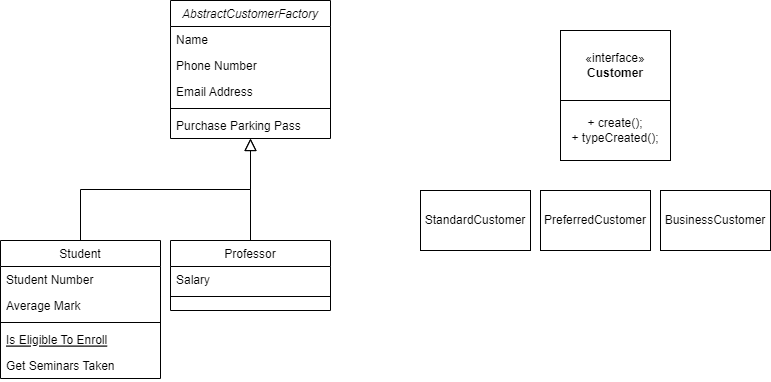
jimmyjazz31/CS665Assign3 keeps this draw.io diagram as Assign3Part3 Diagram.drawio.png. Above is the earlier version. Source tidied: cells renumbered, new cells last; positions are measured from the earlier drawing's top-left corner, leaving out a move shared by most shapes.
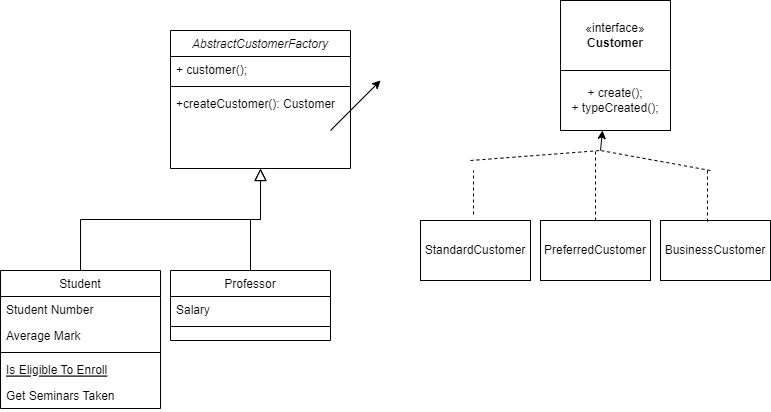
After the commit.

Diff of the diagram source:
```diff
@@ -3,22 +3,16 @@
     <mxCell id="0" />
     <mxCell id="1" parent="0" />
     <mxCell id="2" value="AbstractCustomerFactory" style="swimlane;fontStyle=2;align=center;verticalAlign=top;horizontal=1;startSize=26;rounded=0;shadow=0;strokeWidth=1;" parent="1" vertex="1">
-      <mxGeometry x="170" width="160" height="138" as="geometry" />
+      <mxGeometry x="170" width="180" height="138" as="geometry" />
     </mxCell>
-    <mxCell id="3" value="Name" style="text;align=left;verticalAlign=top;spacingLeft=4;spacingRight=4;overflow=hidden;" parent="2" vertex="1">
-      <mxGeometry y="26" width="160" height="26" as="geometry" />
+    <mxCell id="3" value="+ customer();" style="text;align=left;verticalAlign=top;spacingLeft=4;spacingRight=4;overflow=hidden;" parent="2" vertex="1">
+      <mxGeometry y="26" width="180" height="26" as="geometry" />
     </mxCell>
-    <mxCell id="4" value="Phone Number" style="text;align=left;verticalAlign=top;spacingLeft=4;spacingRight=4;overflow=hidden;rounded=0;shadow=0;html=0;" parent="2" vertex="1">
-      <mxGeometry y="52" width="160" height="26" as="geometry" />
-    </mxCell>
-    <mxCell id="5" value="Email Address" style="text;align=left;verticalAlign=top;spacingLeft=4;spacingRight=4;overflow=hidden;rounded=0;shadow=0;html=0;" parent="2" vertex="1">
-      <mxGeometry y="78" width="160" height="26" as="geometry" />
-    </mxCell>
     <mxCell id="6" style="line;html=1;strokeWidth=1;align=left;verticalAlign=middle;spacingTop=-1;spacingLeft=3;spacingRight=3;labelPosition=right;" parent="2" vertex="1">
-      <mxGeometry y="104" width="160" height="8" as="geometry" />
+      <mxGeometry y="52" width="180" height="8" as="geometry" />
     </mxCell>
-    <mxCell id="7" value="Purchase Parking Pass" style="text;align=left;verticalAlign=top;spacingLeft=4;spacingRight=4;overflow=hidden;" parent="2" vertex="1">
-      <mxGeometry y="112" width="160" height="26" as="geometry" />
+    <mxCell id="7" value="+createCustomer(): Customer" style="text;align=left;verticalAlign=top;spacingLeft=4;spacingRight=4;overflow=hidden;" parent="2" vertex="1">
+      <mxGeometry y="60" width="180" height="26" as="geometry" />
     </mxCell>
     <mxCell id="8" value="Student" style="swimlane;fontStyle=0;align=center;verticalAlign=top;horizontal=1;startSize=26;rounded=0;shadow=0;strokeWidth=1;" parent="1" vertex="1">
       <mxGeometry y="240" width="160" height="138" as="geometry" />
@@ -54,13 +48,13 @@
       <mxGeometry relative="1" as="geometry" />
     </mxCell>
     <mxCell id="19" value="«interface»&lt;br&gt;&lt;b&gt;Customer&lt;/b&gt;" style="html=1;whiteSpace=wrap;" parent="1" vertex="1">
-      <mxGeometry x="560" y="30" width="110" height="70" as="geometry" />
+      <mxGeometry x="560" y="-30" width="110" height="70" as="geometry" />
     </mxCell>
     <mxCell id="20" value="PreferredCustomer" style="rounded=0;whiteSpace=wrap;html=1;" parent="1" vertex="1">
       <mxGeometry x="540" y="190" width="110" height="60" as="geometry" />
     </mxCell>
     <mxCell id="21" value="+ create();&lt;div&gt;+ typeCreated();&lt;/div&gt;" style="rounded=0;whiteSpace=wrap;html=1;" parent="1" vertex="1">
-      <mxGeometry x="560" y="100" width="110" height="60" as="geometry" />
+      <mxGeometry x="560" y="40" width="110" height="60" as="geometry" />
     </mxCell>
     <mxCell id="22" value="BusinessCustomer" style="rounded=0;whiteSpace=wrap;html=1;" parent="1" vertex="1">
       <mxGeometry x="660" y="190" width="110" height="60" as="geometry" />
@@ -68,5 +62,43 @@
     <mxCell id="23" value="StandardCustomer&lt;span style=&quot;white-space: pre;&quot;&gt;&#9;&lt;/span&gt;" style="rounded=0;whiteSpace=wrap;html=1;" parent="1" vertex="1">
       <mxGeometry x="420" y="190" width="110" height="60" as="geometry" />
     </mxCell>
+    <mxCell id="24" style="endArrow=none;dashed=1;html=1;rounded=0;" parent="1" edge="1">
+      <mxGeometry relative="1" as="geometry">
+        <mxPoint x="470" y="130" as="sourcePoint" />
+        <mxPoint x="600" y="120" as="targetPoint" />
+      </mxGeometry>
+    </mxCell>
+    <mxCell id="25" style="endArrow=none;dashed=1;html=1;rounded=0;exitX=0.482;exitY=-0.1;exitDx=0;exitDy=0;exitPerimeter=0;" parent="1" edge="1" source="23">
+      <mxGeometry relative="1" as="geometry">
+        <mxPoint x="473" y="140" as="targetPoint" />
+      </mxGeometry>
+    </mxCell>
+    <mxCell id="26" style="endArrow=none;dashed=1;html=1;rounded=0;exitX=0.5;exitY=0;exitDx=0;exitDy=0;" parent="1" edge="1" source="20">
+      <mxGeometry relative="1" as="geometry">
+        <mxPoint x="595" y="120" as="targetPoint" />
+      </mxGeometry>
+    </mxCell>
+    <mxCell id="27" style="endArrow=none;dashed=1;html=1;rounded=0;exitX=0.427;exitY=0.017;exitDx=0;exitDy=0;exitPerimeter=0;" parent="1" edge="1" source="22">
+      <mxGeometry relative="1" as="geometry">
+        <mxPoint x="707" y="140" as="targetPoint" />
+      </mxGeometry>
+    </mxCell>
+    <mxCell id="28" style="endArrow=none;dashed=1;html=1;rounded=0;" parent="1" edge="1">
+      <mxGeometry relative="1" as="geometry">
+        <mxPoint x="710" y="140" as="sourcePoint" />
+        <mxPoint x="600" y="120" as="targetPoint" />
+      </mxGeometry>
+    </mxCell>
+    <mxCell id="29" style="endArrow=classic;html=1;rounded=0;" parent="1" edge="1">
+      <mxGeometry relative="1" as="geometry">
+        <mxPoint x="330" y="100" as="sourcePoint" />
+        <mxPoint x="380" y="50" as="targetPoint" />
+      </mxGeometry>
+    </mxCell>
+    <mxCell id="30" style="endArrow=classic;html=1;rounded=0;entryX=0.382;entryY=1;entryDx=0;entryDy=0;entryPerimeter=0;" parent="1" edge="1" target="21">
+      <mxGeometry relative="1" as="geometry">
+        <mxPoint x="600" y="120" as="sourcePoint" />
+      </mxGeometry>
+    </mxCell>
   </root>
 </mxGraphModel>
```
